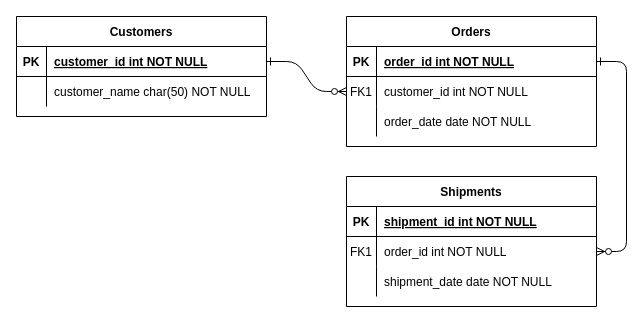
Earlier version of the draw.io diagram 设备表.drawio (DylanCZW/advanced-java). Source tidied: cells renumbered, new cells numbered last; positions are measured from the earlier drawing's top-left corner, leaving out a move shared by most shapes. Both pictures are drawn from the tidied source at 100%, with x=0, y=0 at pixel (16, 16).
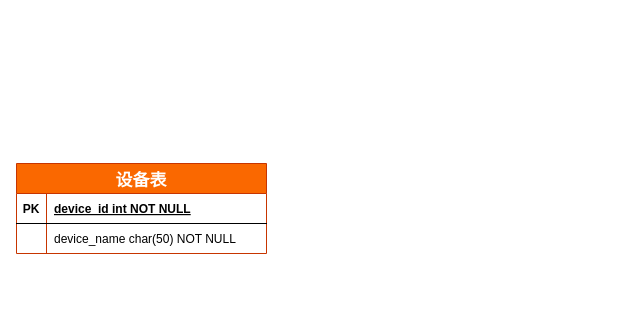
Above is the later version.

Commit message:
更新设备表.drawio

What changed in the source:
```diff
@@
-    <mxCell id="2" style="edgeStyle=entityRelationEdgeStyle;endArrow=ERzeroToMany;startArrow=ERone;endFill=1;startFill=0;" parent="1" edge="1" source="25" target="8">
-      <mxGeometry relative="1" as="geometry" />
-    </mxCell>
-    <mxCell id="3" style="edgeStyle=entityRelationEdgeStyle;endArrow=ERzeroToMany;startArrow=ERone;endFill=1;startFill=0;" parent="1" edge="1" source="5" target="18">
-      <mxGeometry relative="1" as="geometry" />
-    </mxCell>
-    <mxCell id="4" value="Orders" style="shape=table;startSize=30;childLayout=tableLayout;rowLines=0;fontStyle=1;align=center;" parent="1" vertex="1">
-      <mxGeometry x="330" width="250" height="130" as="geometry" />
-    </mxCell>
-    <mxCell id="5" style="shape=partialRectangle;fillColor=none;points=[[0,0.5],[1,0.5]];portConstraint=eastwest;top=0;left=0;right=0;bottom=1;" parent="4" vertex="1">
-      <mxGeometry y="30" width="250" height="30" as="geometry" />
-    </mxCell>
-    <mxCell id="6" value="PK" style="shape=partialRectangle;overflow=hidden;fillColor=none;top=0;left=0;bottom=0;right=0;fontStyle=1;" parent="5" vertex="1">
-      <mxGeometry width="30" height="30" as="geometry" />
-    </mxCell>
-    <mxCell id="7" value="order_id int NOT NULL " style="shape=partialRectangle;overflow=hidden;fillColor=none;top=0;left=0;bottom=0;right=0;align=left;spacingLeft=6;fontStyle=5;" parent="5" vertex="1">
-      <mxGeometry x="30" width="220" height="30" as="geometry" />
-    </mxCell>
-    <mxCell id="8" style="shape=partialRectangle;fillColor=none;points=[[0,0.5],[1,0.5]];portConstraint=eastwest;top=0;left=0;right=0;bottom=0;" parent="4" vertex="1">
-      <mxGeometry y="60" width="250" height="30" as="geometry" />
-    </mxCell>
-    <mxCell id="9" value="FK1" style="shape=partialRectangle;overflow=hidden;fillColor=none;top=0;left=0;bottom=0;right=0;" parent="8" vertex="1">
-      <mxGeometry width="30" height="30" as="geometry" />
-    </mxCell>
-    <mxCell id="10" value="customer_id int NOT NULL" style="shape=partialRectangle;overflow=hidden;fillColor=none;top=0;left=0;bottom=0;right=0;align=left;spacingLeft=6;" parent="8" vertex="1">
-      <mxGeometry x="30" width="220" height="30" as="geometry" />
-    </mxCell>
-    <mxCell id="11" style="shape=partialRectangle;fillColor=none;top=0;left=0;right=0;bottom=0;" parent="4" vertex="1">
-      <mxGeometry y="90" width="250" height="30" as="geometry" />
-    </mxCell>
-    <mxCell id="12" style="shape=partialRectangle;overflow=hidden;fillColor=none;top=0;left=0;bottom=0;right=0;" parent="11" vertex="1">
-      <mxGeometry width="30" height="30" as="geometry" />
-    </mxCell>
-    <mxCell id="13" value="order_date date NOT NULL" style="shape=partialRectangle;overflow=hidden;fillColor=none;top=0;left=0;bottom=0;right=0;align=left;spacingLeft=6;" parent="11" vertex="1">
-      <mxGeometry x="30" width="220" height="30" as="geometry" />
-    </mxCell>
-    <mxCell id="14" value="Shipments" style="shape=table;startSize=30;childLayout=tableLayout;rowLines=0;fontStyle=1;align=center;" parent="1" vertex="1">
-      <mxGeometry x="330" y="160" width="250" height="130" as="geometry" />
-    </mxCell>
-    <mxCell id="15" style="shape=partialRectangle;fillColor=none;top=0;left=0;right=0;bottom=1;" parent="14" vertex="1">
-      <mxGeometry y="30" width="250" height="30" as="geometry" />
-    </mxCell>
-    <mxCell id="16" value="PK" style="shape=partialRectangle;overflow=hidden;fillColor=none;top=0;left=0;bottom=0;right=0;fontStyle=1;" parent="15" vertex="1">
-      <mxGeometry width="30" height="30" as="geometry" />
-    </mxCell>
-    <mxCell id="17" value="shipment_id int NOT NULL " style="shape=partialRectangle;overflow=hidden;fillColor=none;top=0;left=0;bottom=0;right=0;align=left;spacingLeft=6;fontStyle=5;" parent="15" vertex="1">
-      <mxGeometry x="30" width="220" height="30" as="geometry" />
-    </mxCell>
-    <mxCell id="18" style="shape=partialRectangle;fillColor=none;points=[[0,0.5],[1,0.5]];portConstraint=eastwest;top=0;left=0;right=0;bottom=0;" parent="14" vertex="1">
-      <mxGeometry y="60" width="250" height="30" as="geometry" />
-    </mxCell>
-    <mxCell id="19" value="FK1" style="shape=partialRectangle;overflow=hidden;fillColor=none;top=0;left=0;bottom=0;right=0;" parent="18" vertex="1">
-      <mxGeometry width="30" height="30" as="geometry" />
-    </mxCell>
-    <mxCell id="20" value="order_id int NOT NULL" style="shape=partialRectangle;overflow=hidden;fillColor=none;top=0;left=0;bottom=0;right=0;align=left;spacingLeft=6;" parent="18" vertex="1">
-      <mxGeometry x="30" width="220" height="30" as="geometry" />
-    </mxCell>
-    <mxCell id="21" style="shape=partialRectangle;fillColor=none;top=0;left=0;right=0;bottom=0;" parent="14" vertex="1">
-      <mxGeometry y="90" width="250" height="30" as="geometry" />
-    </mxCell>
-    <mxCell id="22" style="shape=partialRectangle;overflow=hidden;fillColor=none;top=0;left=0;bottom=0;right=0;" parent="21" vertex="1">
-      <mxGeometry width="30" height="30" as="geometry" />
-    </mxCell>
-    <mxCell id="23" value="shipment_date date NOT NULL" style="shape=partialRectangle;overflow=hidden;fillColor=none;top=0;left=0;bottom=0;right=0;align=left;spacingLeft=6;" parent="21" vertex="1">
-      <mxGeometry x="30" width="220" height="30" as="geometry" />
-    </mxCell>
-    <mxCell id="24" value="Customers" style="shape=table;startSize=30;childLayout=tableLayout;rowLines=0;fontStyle=1;align=center;" parent="1" vertex="1">
-      <mxGeometry width="250" height="100" as="geometry" />
-    </mxCell>
-    <mxCell id="25" style="shape=partialRectangle;fillColor=none;points=[[0,0.5],[1,0.5]];portConstraint=eastwest;top=0;left=0;right=0;bottom=1;" parent="24" vertex="1">
-      <mxGeometry y="30" width="250" height="30" as="geometry" />
-    </mxCell>
-    <mxCell id="26" value="PK" style="shape=partialRectangle;overflow=hidden;fillColor=none;top=0;left=0;bottom=0;right=0;fontStyle=1;" parent="25" vertex="1">
-      <mxGeometry width="30" height="30" as="geometry" />
-    </mxCell>
-    <mxCell id="27" value="customer_id int NOT NULL " style="shape=partialRectangle;overflow=hidden;fillColor=none;top=0;left=0;bottom=0;right=0;align=left;spacingLeft=6;fontStyle=5;" parent="25" vertex="1">
-      <mxGeometry x="30" width="220" height="30" as="geometry" />
-    </mxCell>
-    <mxCell id="28" style="shape=partialRectangle;fillColor=none;top=0;left=0;right=0;bottom=0;" parent="24" vertex="1">
-      <mxGeometry y="60" width="250" height="30" as="geometry" />
-    </mxCell>
-    <mxCell id="29" style="shape=partialRectangle;overflow=hidden;fillColor=none;top=0;left=0;bottom=0;right=0;" parent="28" vertex="1">
-      <mxGeometry width="30" height="30" as="geometry" />
-    </mxCell>
-    <mxCell id="30" value="customer_name char(50) NOT NULL" style="shape=partialRectangle;overflow=hidden;fillColor=none;top=0;left=0;bottom=0;right=0;align=left;spacingLeft=6;" parent="28" vertex="1">
-      <mxGeometry x="30" width="220" height="30" as="geometry" />
-    </mxCell>
+    <mxCell id="31" value="设备表" style="shape=table;startSize=30;childLayout=tableLayout;rowLines=0;fontStyle=1;align=center;fillColor=#fa6800;strokeColor=#C73500;fontColor=#FFFFFF;fontSize=17;" parent="1" vertex="1">
+      <mxGeometry y="147" width="250" height="90" as="geometry" />
+    </mxCell>
+    <mxCell id="32" style="shape=partialRectangle;fillColor=none;top=0;left=0;right=0;bottom=1;" parent="31" vertex="1">
+      <mxGeometry y="30" width="250" height="30" as="geometry" />
+    </mxCell>
+    <mxCell id="33" value="PK" style="shape=partialRectangle;overflow=hidden;fillColor=none;top=0;left=0;bottom=0;right=0;fontStyle=1;" parent="32" vertex="1">
+      <mxGeometry width="30" height="30" as="geometry" />
+    </mxCell>
+    <mxCell id="34" value="device_id int NOT NULL " style="shape=partialRectangle;overflow=hidden;fillColor=none;top=0;left=0;bottom=0;right=0;align=left;spacingLeft=6;fontStyle=5;" parent="32" vertex="1">
+      <mxGeometry x="30" width="220" height="30" as="geometry" />
+    </mxCell>
+    <mxCell id="35" style="shape=partialRectangle;fillColor=none;top=0;left=0;right=0;bottom=0;" parent="31" vertex="1">
+      <mxGeometry y="60" width="250" height="30" as="geometry" />
+    </mxCell>
+    <mxCell id="36" style="shape=partialRectangle;overflow=hidden;fillColor=none;top=0;left=0;bottom=0;right=0;" parent="35" vertex="1">
+      <mxGeometry width="30" height="30" as="geometry" />
+    </mxCell>
+    <mxCell id="37" value="device_name char(50) NOT NULL" style="shape=partialRectangle;overflow=hidden;fillColor=none;top=0;left=0;bottom=0;right=0;align=left;spacingLeft=6;" parent="35" vertex="1">
+      <mxGeometry x="30" width="220" height="30" as="geometry" />
+    </mxCell>
```
